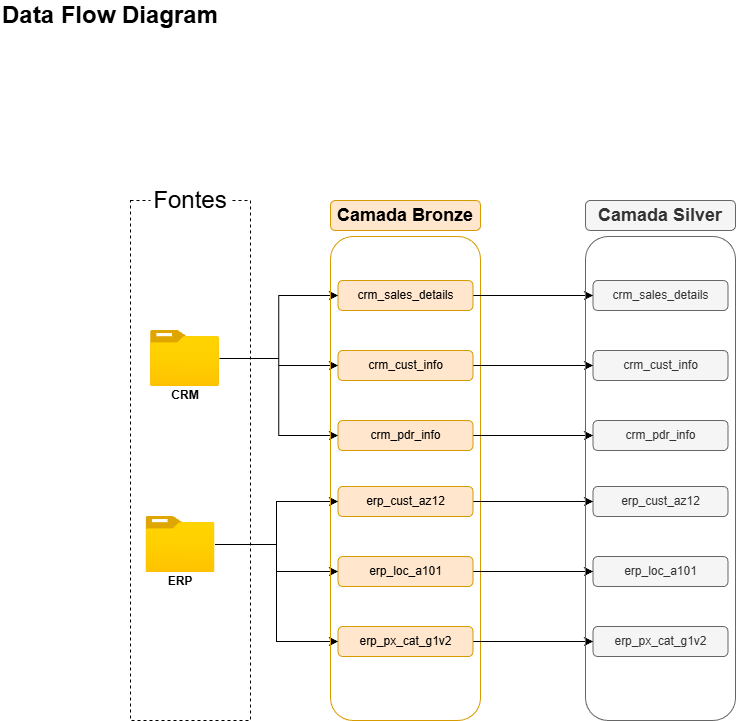
Earlier version of the draw.io export docs/data_flow.png (EmidioLP/sql-data-warehouse-project). Source tidied: cells renumbered, new cells last; positions are measured from the earlier drawing's top-left corner, leaving out a move shared by most shapes.
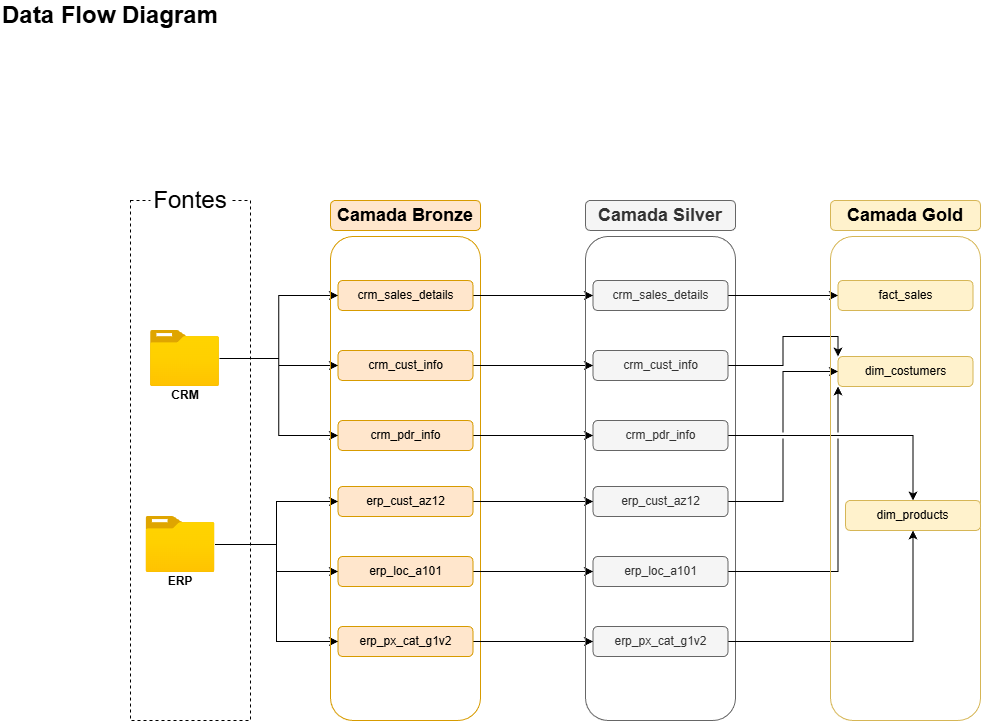
Later version of the same file.

Commit message:
Diagrama de data flow atualizado

The edit, as a diff of the source:
```diff
@@ -89,23 +89,56 @@
     <mxCell id="30" value="&lt;b&gt;&lt;font style=&quot;font-size: 18px;&quot;&gt;Camada Silver&lt;/font&gt;&lt;/b&gt;" style="rounded=1;whiteSpace=wrap;html=1;fillColor=#f5f5f5;strokeColor=#666666;align=center;fontColor=#333333;" parent="1" vertex="1">
       <mxGeometry x="585" y="200" width="150" height="30" as="geometry" />
     </mxCell>
+    <mxCell id="37" style="edgeStyle=orthogonalEdgeStyle;rounded=0;jettySize=auto;html=1;exitX=1;exitY=0.5;exitDx=0;exitDy=0;entryX=0;entryY=0.5;entryDx=0;entryDy=0;jumpStyle=gap;" parent="1" edge="1" source="31" target="45">
+      <mxGeometry relative="1" as="geometry" />
+    </mxCell>
     <mxCell id="31" value="&lt;font style=&quot;&quot;&gt;crm_sales_details&lt;/font&gt;" style="rounded=1;whiteSpace=wrap;html=1;fillColor=#f5f5f5;strokeColor=#666666;align=center;fontColor=#333333;" parent="1" vertex="1">
       <mxGeometry x="592.5" y="280" width="135" height="30" as="geometry" />
     </mxCell>
+    <mxCell id="38" style="edgeStyle=orthogonalEdgeStyle;rounded=0;jettySize=auto;html=1;exitX=1;exitY=0.5;exitDx=0;exitDy=0;entryX=0;entryY=0;entryDx=0;entryDy=0;jumpStyle=gap;" parent="1" edge="1" source="32" target="46">
+      <mxGeometry relative="1" as="geometry" />
+    </mxCell>
     <mxCell id="32" value="&lt;font style=&quot;&quot;&gt;crm_cust_info&lt;/font&gt;" style="rounded=1;whiteSpace=wrap;html=1;fillColor=#f5f5f5;strokeColor=#666666;align=center;fontColor=#333333;" parent="1" vertex="1">
       <mxGeometry x="592.5" y="350" width="135" height="30" as="geometry" />
     </mxCell>
+    <mxCell id="39" style="edgeStyle=orthogonalEdgeStyle;rounded=0;jettySize=auto;html=1;exitX=1;exitY=0.5;exitDx=0;exitDy=0;entryX=0.5;entryY=0;entryDx=0;entryDy=0;jumpStyle=gap;" parent="1" edge="1" source="33" target="47">
+      <mxGeometry relative="1" as="geometry" />
+    </mxCell>
     <mxCell id="33" value="crm_pdr_info" style="rounded=1;whiteSpace=wrap;html=1;fillColor=#f5f5f5;strokeColor=#666666;align=center;fontColor=#333333;" parent="1" vertex="1">
       <mxGeometry x="592.5" y="420" width="135" height="30" as="geometry" />
     </mxCell>
+    <mxCell id="40" style="edgeStyle=orthogonalEdgeStyle;rounded=0;jettySize=auto;html=1;exitX=1;exitY=0.5;exitDx=0;exitDy=0;entryX=0;entryY=0.5;entryDx=0;entryDy=0;jumpStyle=gap;" parent="1" edge="1" source="34" target="46">
+      <mxGeometry relative="1" as="geometry" />
+    </mxCell>
     <mxCell id="34" value="&lt;font style=&quot;&quot;&gt;erp_cust_az12&lt;/font&gt;" style="rounded=1;whiteSpace=wrap;html=1;fillColor=#f5f5f5;strokeColor=#666666;align=center;fontColor=#333333;" parent="1" vertex="1">
       <mxGeometry x="592.5" y="486" width="135" height="30" as="geometry" />
     </mxCell>
+    <mxCell id="41" style="edgeStyle=orthogonalEdgeStyle;rounded=0;jettySize=auto;html=1;exitX=1;exitY=0.5;exitDx=0;exitDy=0;entryX=0;entryY=1;entryDx=0;entryDy=0;jumpStyle=gap;" parent="1" edge="1" source="35" target="46">
+      <mxGeometry relative="1" as="geometry" />
+    </mxCell>
     <mxCell id="35" value="&lt;font style=&quot;&quot;&gt;erp_loc_a101&lt;/font&gt;" style="rounded=1;whiteSpace=wrap;html=1;fillColor=#f5f5f5;strokeColor=#666666;align=center;fontColor=#333333;" parent="1" vertex="1">
       <mxGeometry x="592.5" y="556" width="135" height="30" as="geometry" />
     </mxCell>
+    <mxCell id="42" style="edgeStyle=orthogonalEdgeStyle;rounded=0;jettySize=auto;html=1;exitX=1;exitY=0.5;exitDx=0;exitDy=0;entryX=0.5;entryY=1;entryDx=0;entryDy=0;jumpStyle=gap;" parent="1" edge="1" source="36" target="47">
+      <mxGeometry relative="1" as="geometry" />
+    </mxCell>
     <mxCell id="36" value="erp_px_cat_g1v2" style="rounded=1;whiteSpace=wrap;html=1;fillColor=#f5f5f5;strokeColor=#666666;align=center;fontColor=#333333;" parent="1" vertex="1">
       <mxGeometry x="592.5" y="626" width="135" height="30" as="geometry" />
     </mxCell>
+    <mxCell id="43" style="rounded=1;whiteSpace=wrap;html=1;fillColor=none;strokeColor=#d6b656;" parent="1" vertex="1">
+      <mxGeometry x="830" y="236" width="150" height="484" as="geometry" />
+    </mxCell>
+    <mxCell id="44" value="&lt;b&gt;&lt;font style=&quot;font-size: 18px;&quot;&gt;Camada Gold&lt;/font&gt;&lt;/b&gt;" style="rounded=1;whiteSpace=wrap;html=1;fillColor=#fff2cc;strokeColor=#d6b656;align=center;" parent="1" vertex="1">
+      <mxGeometry x="830" y="200" width="150" height="30" as="geometry" />
+    </mxCell>
+    <mxCell id="45" value="&lt;font style=&quot;&quot;&gt;fact_sales&lt;/font&gt;" style="rounded=1;whiteSpace=wrap;html=1;fillColor=#fff2cc;strokeColor=#d6b656;align=center;" parent="1" vertex="1">
+      <mxGeometry x="837.5" y="280" width="135" height="30" as="geometry" />
+    </mxCell>
+    <mxCell id="46" value="&lt;font style=&quot;&quot;&gt;dim_costumers&lt;/font&gt;" style="rounded=1;whiteSpace=wrap;html=1;fillColor=#fff2cc;strokeColor=#d6b656;align=center;" parent="1" vertex="1">
+      <mxGeometry x="837.5" y="356" width="135" height="30" as="geometry" />
+    </mxCell>
+    <mxCell id="47" value="dim_products" style="rounded=1;whiteSpace=wrap;html=1;fillColor=#fff2cc;strokeColor=#d6b656;align=center;" parent="1" vertex="1">
+      <mxGeometry x="845" y="500" width="135" height="30" as="geometry" />
+    </mxCell>
   </root>
 </mxGraphModel>
```
